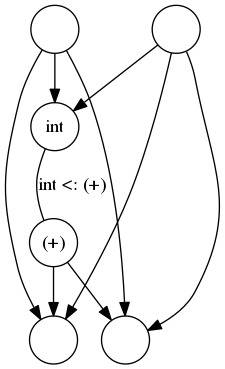
Above: figures/biunification_after.png in cheery/suoml (Graphviz), before the change. Its source is kept beside it as figures/biunification_after.dot.
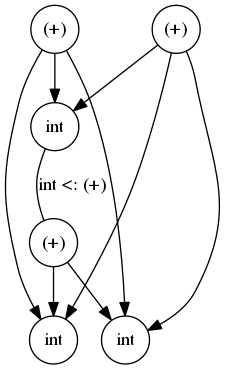
Later version of the same file.

Commit message:
forgotten labels

The edit, as a diff of the source:
```diff
@@ -4,8 +4,8 @@
     o0 [label="int"];
     i0 [label="(+)"];
 
-    i1, i2 [label=""];
-    o1, o2 [label=""];
+    i1, i2 [label="(+)"];
+    o1, o2 [label="int"];
 
     i1 -> o0;
     i2 -> o0;
```
